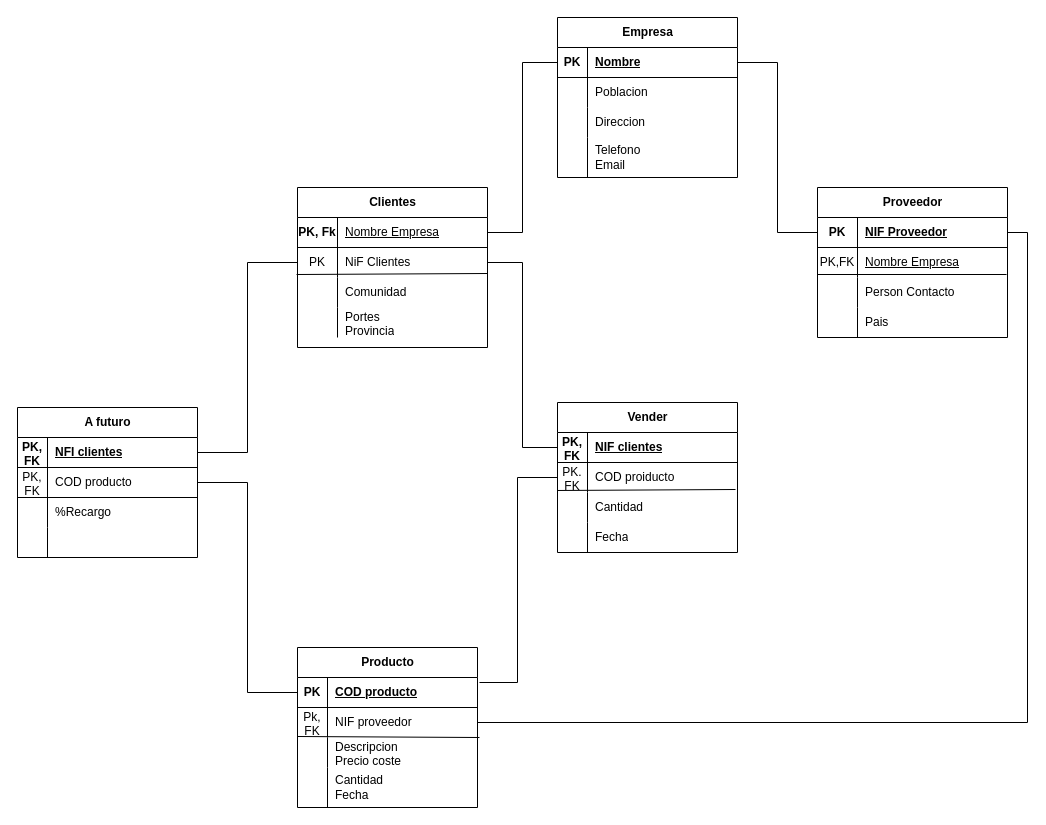
Before: Unidad1/Tareas/MR Tarea1/Untitled Diagram.drawio in JVC0/Base-Datos, a draw.io diagram. Source tidied: cells renumbered, new cells numbered last; positions are measured from the earlier drawing's top-left corner, leaving out a move shared by most shapes. Both pictures are drawn from the tidied source at 100%, with x=0, y=0 at pixel (17, 17).
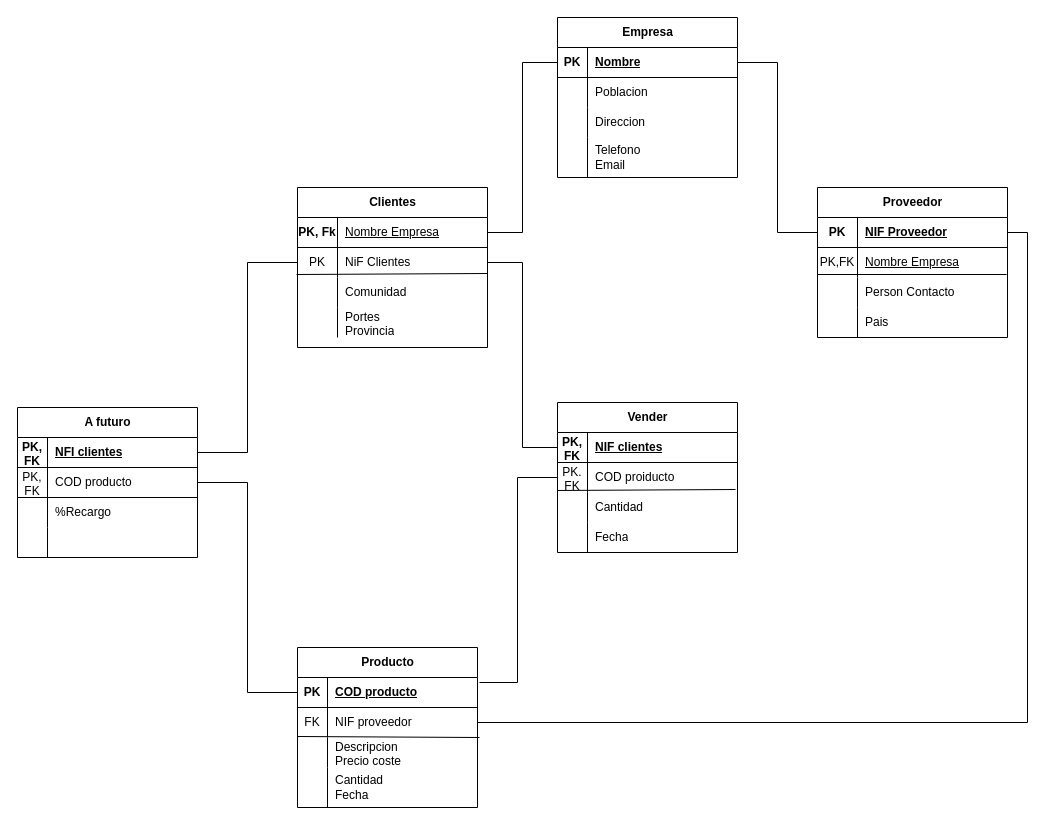
After the change.

Unchanged cells that the change refers to:
```xml
<mxCell id="61" style="shape=tableRow;horizontal=0;startSize=0;swimlaneHead=0;swimlaneBody=0;fillColor=none;points=[[0,0.5],[1,0.5]];portConstraint=eastwest;top=0;left=0;right=0;bottom=0;" parent="57" vertex="1">
  <mxGeometry y="60" width="180" height="30" as="geometry" />
</mxCell>
```

What changed in the source:
```diff
@@
-    <mxCell id="62" value="Pk,&lt;br&gt;FK" style="shape=partialRectangle;fillColor=none;top=0;left=0;bottom=0;right=0;overflow=hidden;whiteSpace=wrap;html=1;" parent="61" vertex="1">
+    <mxCell id="62" value="FK" style="shape=partialRectangle;fillColor=none;top=0;left=0;bottom=0;right=0;overflow=hidden;whiteSpace=wrap;html=1;" parent="61" vertex="1">
       <mxGeometry width="30" height="30" as="geometry" />
     </mxCell>
```
